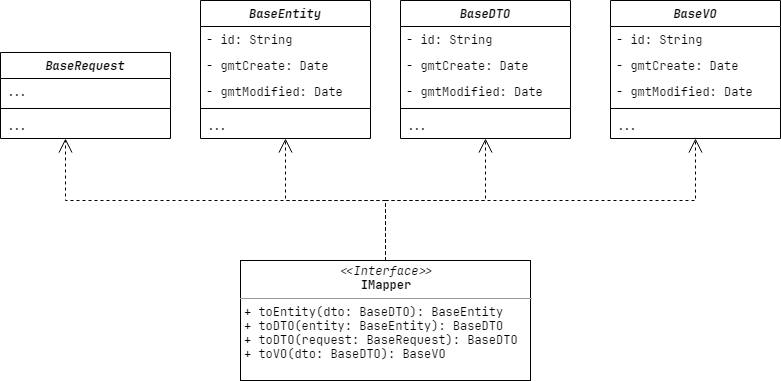
The draw.io diagram design/迭代一/resource/image/数据传输模型类图.png in hellovie/online-article-reading-platform, before a commit. Source tidied: cells renumbered, new cells last; positions are measured from the earlier drawing's top-left corner, leaving out a move shared by most shapes. Source of this version:
```xml
<mxGraphModel>
  <root>
    <mxCell id="0" />
    <mxCell id="1" parent="0" />
    <mxCell id="2" value="&lt;p style=&quot;margin: 0px ; margin-top: 4px ; text-align: center&quot;&gt;&lt;i&gt;&amp;lt;&amp;lt;Interface&amp;gt;&amp;gt;&lt;/i&gt;&lt;br&gt;&lt;b&gt;IMapper&lt;/b&gt;&lt;/p&gt;&lt;hr size=&quot;1&quot;&gt;&lt;p style=&quot;margin: 0px ; margin-left: 4px&quot;&gt;+ toEntity(dto: BaseDTO): BaseEntity&amp;nbsp;&lt;br&gt;+ toDTO(entity: BaseEntity): BaseDTO&lt;/p&gt;&lt;p style=&quot;margin: 0px 0px 0px 4px&quot;&gt;+ toDTO(request: BaseRequest): BaseDTO&lt;/p&gt;&lt;p style=&quot;margin: 0px ; margin-left: 4px&quot;&gt;+ toVO(dto: BaseDTO&lt;span&gt;): BaseVO&lt;/span&gt;&lt;/p&gt;" style="verticalAlign=top;align=left;overflow=fill;fontSize=12;fontFamily=JetBrains Mono;html=1;" parent="1" vertex="1">
      <mxGeometry x="240" y="260" width="290" height="120" as="geometry" />
    </mxCell>
    <mxCell id="3" style="edgeStyle=orthogonalEdgeStyle;rounded=0;jettySize=auto;html=1;fontFamily=JetBrains Mono;endArrow=open;endFill=0;dashed=1;endSize=12;startSize=6;exitX=0.5;exitY=0;exitDx=0;exitDy=0;" parent="1" edge="1" source="2" target="23">
      <mxGeometry relative="1" as="geometry">
        <Array as="points">
          <mxPoint x="385" y="200" />
          <mxPoint x="65" y="200" />
        </Array>
      </mxGeometry>
    </mxCell>
    <mxCell id="4" value="BaseEntity" style="swimlane;fontStyle=3;align=center;verticalAlign=top;horizontal=1;startSize=26;fontFamily=JetBrains Mono;" parent="1" vertex="1">
      <mxGeometry x="200" width="170" height="138" as="geometry" />
    </mxCell>
    <mxCell id="5" value="- id: String" style="text;strokeColor=none;fillColor=none;align=left;verticalAlign=top;spacingLeft=4;spacingRight=4;overflow=hidden;fontFamily=JetBrains Mono;" parent="4" vertex="1">
      <mxGeometry y="26" width="170" height="26" as="geometry" />
    </mxCell>
    <mxCell id="6" value="- gmtCreate: Date" style="text;strokeColor=none;fillColor=none;align=left;verticalAlign=top;spacingLeft=4;spacingRight=4;overflow=hidden;fontFamily=JetBrains Mono;" parent="4" vertex="1">
      <mxGeometry y="52" width="170" height="26" as="geometry" />
    </mxCell>
    <mxCell id="7" value="- gmtModified: Date" style="text;strokeColor=none;fillColor=none;align=left;verticalAlign=top;spacingLeft=4;spacingRight=4;overflow=hidden;fontFamily=JetBrains Mono;" parent="4" vertex="1">
      <mxGeometry y="78" width="170" height="26" as="geometry" />
    </mxCell>
    <mxCell id="8" style="line;strokeWidth=1;fillColor=none;align=left;verticalAlign=middle;spacingTop=-1;spacingLeft=3;spacingRight=3;labelPosition=right;fontFamily=JetBrains Mono;" parent="4" vertex="1">
      <mxGeometry y="104" width="170" height="8" as="geometry" />
    </mxCell>
    <mxCell id="9" value="..." style="text;strokeColor=none;fillColor=none;align=left;verticalAlign=top;spacingLeft=4;spacingRight=4;overflow=hidden;fontFamily=JetBrains Mono;" parent="4" vertex="1">
      <mxGeometry y="112" width="170" height="26" as="geometry" />
    </mxCell>
    <mxCell id="10" value="BaseDTO" style="swimlane;fontStyle=3;align=center;verticalAlign=top;horizontal=1;startSize=26;fontFamily=JetBrains Mono;" parent="1" vertex="1">
      <mxGeometry x="400" width="170" height="138" as="geometry" />
    </mxCell>
    <mxCell id="11" value="- id: String" style="text;strokeColor=none;fillColor=none;align=left;verticalAlign=top;spacingLeft=4;spacingRight=4;overflow=hidden;fontFamily=JetBrains Mono;" parent="10" vertex="1">
      <mxGeometry y="26" width="170" height="26" as="geometry" />
    </mxCell>
    <mxCell id="12" value="- gmtCreate: Date" style="text;strokeColor=none;fillColor=none;align=left;verticalAlign=top;spacingLeft=4;spacingRight=4;overflow=hidden;fontFamily=JetBrains Mono;" parent="10" vertex="1">
      <mxGeometry y="52" width="170" height="26" as="geometry" />
    </mxCell>
    <mxCell id="13" value="- gmtModified: Date" style="text;strokeColor=none;fillColor=none;align=left;verticalAlign=top;spacingLeft=4;spacingRight=4;overflow=hidden;fontFamily=JetBrains Mono;" parent="10" vertex="1">
      <mxGeometry y="78" width="170" height="26" as="geometry" />
    </mxCell>
    <mxCell id="14" style="line;strokeWidth=1;fillColor=none;align=left;verticalAlign=middle;spacingTop=-1;spacingLeft=3;spacingRight=3;labelPosition=right;fontFamily=JetBrains Mono;" parent="10" vertex="1">
      <mxGeometry y="104" width="170" height="8" as="geometry" />
    </mxCell>
    <mxCell id="15" value="..." style="text;strokeColor=none;fillColor=none;align=left;verticalAlign=top;spacingLeft=4;spacingRight=4;overflow=hidden;fontFamily=JetBrains Mono;" parent="10" vertex="1">
      <mxGeometry y="112" width="170" height="26" as="geometry" />
    </mxCell>
    <mxCell id="16" value="BaseVO" style="swimlane;fontStyle=3;align=center;verticalAlign=top;horizontal=1;startSize=26;fontFamily=JetBrains Mono;" parent="1" vertex="1">
      <mxGeometry x="610" width="170" height="138" as="geometry" />
    </mxCell>
    <mxCell id="17" value="- id: String" style="text;strokeColor=none;fillColor=none;align=left;verticalAlign=top;spacingLeft=4;spacingRight=4;overflow=hidden;fontFamily=JetBrains Mono;" parent="16" vertex="1">
      <mxGeometry y="26" width="170" height="26" as="geometry" />
    </mxCell>
    <mxCell id="18" value="- gmtCreate: Date" style="text;strokeColor=none;fillColor=none;align=left;verticalAlign=top;spacingLeft=4;spacingRight=4;overflow=hidden;fontFamily=JetBrains Mono;" parent="16" vertex="1">
      <mxGeometry y="52" width="170" height="26" as="geometry" />
    </mxCell>
    <mxCell id="19" value="- gmtModified: Date" style="text;strokeColor=none;fillColor=none;align=left;verticalAlign=top;spacingLeft=4;spacingRight=4;overflow=hidden;fontFamily=JetBrains Mono;" parent="16" vertex="1">
      <mxGeometry y="78" width="170" height="26" as="geometry" />
    </mxCell>
    <mxCell id="20" style="line;strokeWidth=1;fillColor=none;align=left;verticalAlign=middle;spacingTop=-1;spacingLeft=3;spacingRight=3;labelPosition=right;fontFamily=JetBrains Mono;" parent="16" vertex="1">
      <mxGeometry y="104" width="170" height="8" as="geometry" />
    </mxCell>
    <mxCell id="21" value="..." style="text;strokeColor=none;fillColor=none;align=left;verticalAlign=top;spacingLeft=4;spacingRight=4;overflow=hidden;fontFamily=JetBrains Mono;" parent="16" vertex="1">
      <mxGeometry y="112" width="170" height="26" as="geometry" />
    </mxCell>
    <mxCell id="22" style="edgeStyle=orthogonalEdgeStyle;rounded=0;jettySize=auto;html=1;exitX=0.5;exitY=0;exitDx=0;exitDy=0;fontFamily=JetBrains Mono;endArrow=open;endFill=0;dashed=1;endSize=12;startSize=6;" parent="1" edge="1" source="2" target="4">
      <mxGeometry relative="1" as="geometry">
        <Array as="points">
          <mxPoint x="385" y="200" />
          <mxPoint x="285" y="200" />
        </Array>
      </mxGeometry>
    </mxCell>
    <mxCell id="23" value="BaseRequest" style="swimlane;fontStyle=3;align=center;verticalAlign=top;horizontal=1;startSize=26;fontFamily=JetBrains Mono;" parent="1" vertex="1">
      <mxGeometry y="52" width="170" height="86" as="geometry" />
    </mxCell>
    <mxCell id="24" value="..." style="text;strokeColor=none;fillColor=none;align=left;verticalAlign=top;spacingLeft=4;spacingRight=4;overflow=hidden;fontFamily=JetBrains Mono;" parent="23" vertex="1">
      <mxGeometry y="26" width="170" height="26" as="geometry" />
    </mxCell>
    <mxCell id="25" style="line;strokeWidth=1;fillColor=none;align=left;verticalAlign=middle;spacingTop=-1;spacingLeft=3;spacingRight=3;labelPosition=right;fontFamily=JetBrains Mono;" parent="23" vertex="1">
      <mxGeometry y="52" width="170" height="8" as="geometry" />
    </mxCell>
    <mxCell id="26" value="..." style="text;strokeColor=none;fillColor=none;align=left;verticalAlign=top;spacingLeft=4;spacingRight=4;overflow=hidden;fontFamily=JetBrains Mono;" parent="23" vertex="1">
      <mxGeometry y="60" width="170" height="26" as="geometry" />
    </mxCell>
    <mxCell id="27" style="edgeStyle=orthogonalEdgeStyle;rounded=0;jettySize=auto;html=1;exitX=0.5;exitY=0;exitDx=0;exitDy=0;fontFamily=JetBrains Mono;endArrow=open;endFill=0;dashed=1;endSize=12;startSize=6;" parent="1" edge="1" source="2" target="10">
      <mxGeometry relative="1" as="geometry">
        <Array as="points">
          <mxPoint x="385" y="200" />
          <mxPoint x="485" y="200" />
        </Array>
      </mxGeometry>
    </mxCell>
    <mxCell id="28" style="edgeStyle=orthogonalEdgeStyle;rounded=0;jettySize=auto;html=1;exitX=0.5;exitY=0;exitDx=0;exitDy=0;fontFamily=JetBrains Mono;endArrow=open;endFill=0;dashed=1;endSize=12;startSize=6;" parent="1" edge="1" source="2" target="16">
      <mxGeometry relative="1" as="geometry">
        <Array as="points">
          <mxPoint x="385" y="200" />
          <mxPoint x="695" y="200" />
        </Array>
      </mxGeometry>
    </mxCell>
  </root>
</mxGraphModel>
```
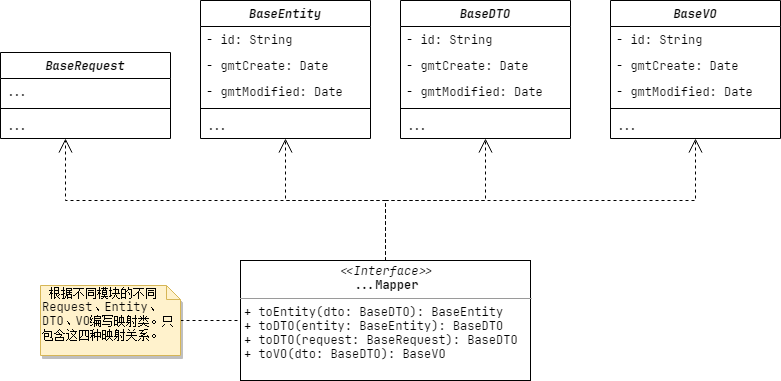
Above is the later version.

What changed in the source:
```diff
@@ -2,7 +2,7 @@
   <root>
     <mxCell id="0" />
     <mxCell id="1" parent="0" />
-    <mxCell id="2" value="&lt;p style=&quot;margin: 0px ; margin-top: 4px ; text-align: center&quot;&gt;&lt;i&gt;&amp;lt;&amp;lt;Interface&amp;gt;&amp;gt;&lt;/i&gt;&lt;br&gt;&lt;b&gt;IMapper&lt;/b&gt;&lt;/p&gt;&lt;hr size=&quot;1&quot;&gt;&lt;p style=&quot;margin: 0px ; margin-left: 4px&quot;&gt;+ toEntity(dto: BaseDTO): BaseEntity&amp;nbsp;&lt;br&gt;+ toDTO(entity: BaseEntity): BaseDTO&lt;/p&gt;&lt;p style=&quot;margin: 0px 0px 0px 4px&quot;&gt;+ toDTO(request: BaseRequest): BaseDTO&lt;/p&gt;&lt;p style=&quot;margin: 0px ; margin-left: 4px&quot;&gt;+ toVO(dto: BaseDTO&lt;span&gt;): BaseVO&lt;/span&gt;&lt;/p&gt;" style="verticalAlign=top;align=left;overflow=fill;fontSize=12;fontFamily=JetBrains Mono;html=1;" parent="1" vertex="1">
+    <mxCell id="2" value="&lt;p style=&quot;margin: 0px ; margin-top: 4px ; text-align: center&quot;&gt;&lt;i&gt;&amp;lt;&amp;lt;Interface&amp;gt;&amp;gt;&lt;/i&gt;&lt;br&gt;&lt;b&gt;...Mapper&lt;/b&gt;&lt;/p&gt;&lt;hr size=&quot;1&quot;&gt;&lt;p style=&quot;margin: 0px ; margin-left: 4px&quot;&gt;+ toEntity(dto: BaseDTO): BaseEntity&amp;nbsp;&lt;br&gt;+ toDTO(entity: BaseEntity): BaseDTO&lt;/p&gt;&lt;p style=&quot;margin: 0px 0px 0px 4px&quot;&gt;+ toDTO(request: BaseRequest): BaseDTO&lt;/p&gt;&lt;p style=&quot;margin: 0px ; margin-left: 4px&quot;&gt;+ toVO(dto: BaseDTO&lt;span&gt;): BaseVO&lt;/span&gt;&lt;/p&gt;" style="verticalAlign=top;align=left;overflow=fill;fontSize=12;fontFamily=JetBrains Mono;html=1;" parent="1" vertex="1">
       <mxGeometry x="240" y="260" width="290" height="120" as="geometry" />
     </mxCell>
     <mxCell id="3" style="edgeStyle=orthogonalEdgeStyle;rounded=0;jettySize=auto;html=1;fontFamily=JetBrains Mono;endArrow=open;endFill=0;dashed=1;endSize=12;startSize=6;exitX=0.5;exitY=0;exitDx=0;exitDy=0;" parent="1" edge="1" source="2" target="23">
@@ -103,5 +103,11 @@
         </Array>
       </mxGeometry>
     </mxCell>
+    <mxCell id="29" style="edgeStyle=orthogonalEdgeStyle;rounded=0;jettySize=auto;html=1;entryX=0;entryY=0.5;entryDx=0;entryDy=0;endArrow=none;endFill=0;dashed=1;" parent="1" edge="1" source="30" target="2">
+      <mxGeometry relative="1" as="geometry" />
+    </mxCell>
+    <mxCell id="30" value="&lt;font face=&quot;JetBrains Mono&quot;&gt;&amp;nbsp;根据不同模块的不同Request、Entity、DTO、VO编写映射类。只包含这四种映射关系。&lt;/font&gt;" style="shape=note;whiteSpace=wrap;html=1;size=14;verticalAlign=top;align=left;spacingTop=-6;fillColor=#fff2cc;strokeColor=#d6b656;shadow=1;" parent="1" vertex="1">
+      <mxGeometry x="40" y="285" width="140" height="70" as="geometry" />
+    </mxCell>
   </root>
 </mxGraphModel>
```
